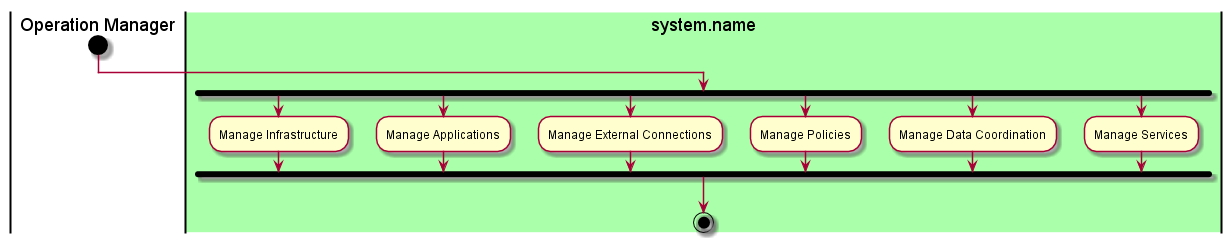
Before: docs/Actors/Operations-Manager/Workflow.png, a diagram exported from PlantUML (CAADE/ADC).
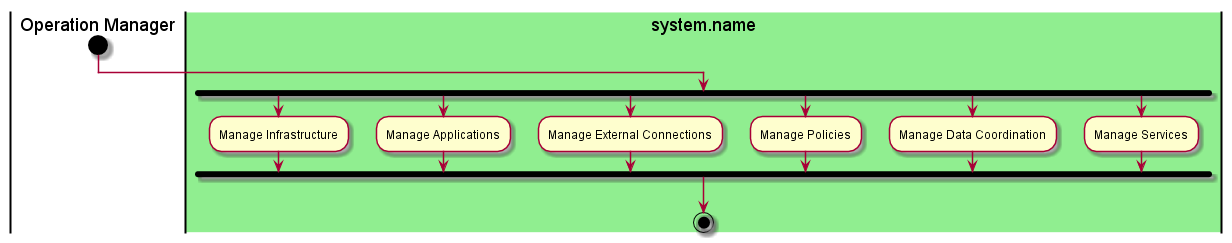
After the commit.

Diff of the diagram source:
```diff
@@ -1,7 +1,7 @@
 @startuml
 |Operation Manager|
 start
-|#aaffaa|system.name|
+|#lightgreen|system.name|
 fork
 :Manage Infrastructure;
 fork again
```
